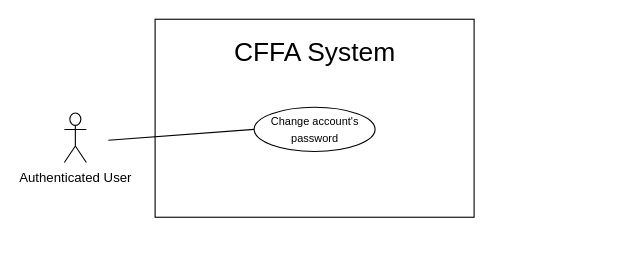
This is page "UpdateOwnProfile" (3 of 7) of Users/HuuDN/UsecaseDiagram/AuthenticatedUser/Overview.drawio from luannmdev/CapstoneDocument, a draw.io file, before an edit. Source tidied: cells renumbered, new cells numbered last; positions are measured from the earlier drawing's top-left corner, leaving out a move shared by most shapes. Both pictures are drawn from the tidied source at 110%, with x=0, y=0 at pixel (64, 19).
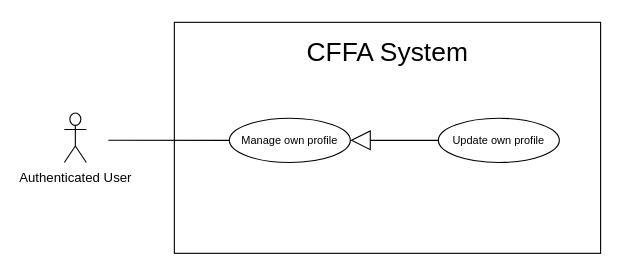
After the change.

Diff of the diagram source:
```diff
@@
 <mxGraphModel>
   <root>
     <mxCell id="0" />
     <mxCell id="1" parent="0" />
     <mxCell id="2" style="rounded=0;whiteSpace=wrap;html=1;" parent="1" vertex="1">
-      <mxGeometry x="82.5" width="290" height="180" as="geometry" />
+      <mxGeometry x="100" y="2.8" width="387.5" height="210" as="geometry" />
     </mxCell>
     <mxCell id="3" value="&lt;span style=&quot;font-size: 24px&quot;&gt;CFFA System&lt;/span&gt;" style="text;html=1;strokeColor=none;fillColor=none;align=center;verticalAlign=middle;whiteSpace=wrap;rounded=0;" parent="1" vertex="1">
-      <mxGeometry x="62.5" y="20" width="330" height="20" as="geometry" />
+      <mxGeometry x="128.8" y="20" width="330" height="20" as="geometry" />
     </mxCell>
     <mxCell id="4" value="Authenticated User" style="shape=umlActor;verticalLabelPosition=bottom;verticalAlign=top;html=1;" parent="1" vertex="1">
       <mxGeometry y="85.2" width="20" height="45" as="geometry" />
     </mxCell>
-    <mxCell id="5" value="&lt;font style=&quot;font-size: 10px&quot;&gt;Change account's password&lt;/font&gt;" style="ellipse;whiteSpace=wrap;html=1;fillColor=#ffffff;gradientColor=none;" parent="1" vertex="1">
-      <mxGeometry x="172.5" y="80" width="110" height="40.2" as="geometry" />
+    <mxCell id="5" value="&lt;font style=&quot;font-size: 10px&quot;&gt;Manage own profile&lt;/font&gt;" style="ellipse;whiteSpace=wrap;html=1;fillColor=#ffffff;gradientColor=none;" parent="1" vertex="1">
+      <mxGeometry x="150" y="90" width="110" height="40.2" as="geometry" />
     </mxCell>
     <mxCell id="6" style="endArrow=none;html=1;rounded=0;exitX=0;exitY=0.5;exitDx=0;exitDy=0;" parent="1" edge="1" source="5">
       <mxGeometry relative="1" as="geometry">
         <mxPoint x="40" y="110" as="targetPoint" />
       </mxGeometry>
     </mxCell>
+    <mxCell id="7" value="&lt;font style=&quot;font-size: 10px&quot;&gt;Update own profile&lt;/font&gt;" style="ellipse;whiteSpace=wrap;html=1;fillColor=#ffffff;gradientColor=none;" parent="1" vertex="1">
+      <mxGeometry x="340" y="90" width="110" height="40.2" as="geometry" />
+    </mxCell>
+    <mxCell id="8" style="endArrow=block;endSize=16;endFill=0;html=1;entryX=1;entryY=0.5;entryDx=0;entryDy=0;exitX=0;exitY=0.5;exitDx=0;exitDy=0;" parent="1" edge="1" source="7" target="5">
+      <mxGeometry relative="1" as="geometry" />
+    </mxCell>
   </root>
 </mxGraphModel>
```
